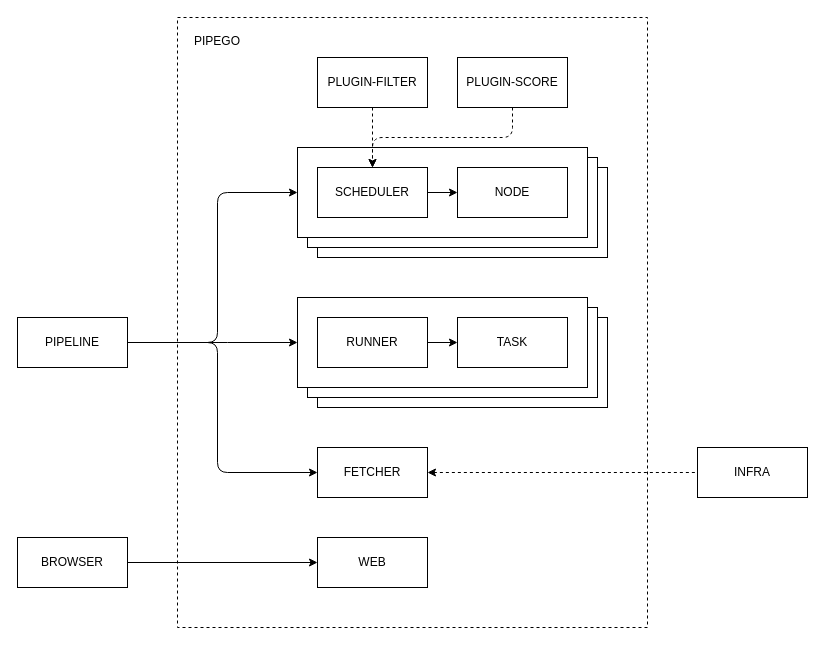
Earlier version of the draw.io diagram diagram.drawio (pipego/deploy). Source tidied: cells renumbered, new cells numbered last; positions are measured from the earlier drawing's top-left corner, leaving out a move shared by most shapes. Both pictures are drawn from the tidied source at 100%, with x=0, y=0 at pixel (17, 17).
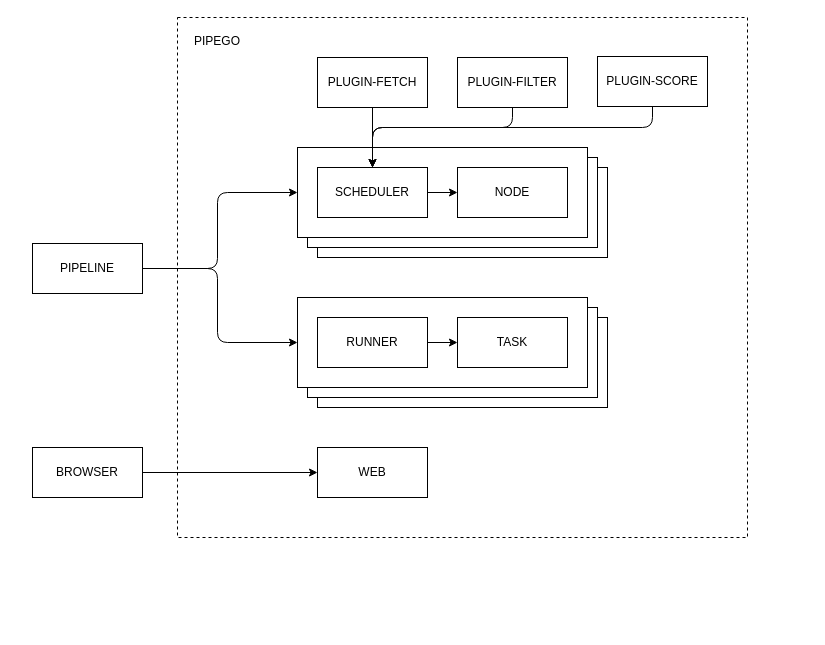
After the change.

Commit message (it also covers changes not shown here):
doc(diagram): update diagram for plugin of fetch

The change refers to these unchanged cells:
```xml
<mxCell id="10" value="SCHEDULER" style="rounded=0;whiteSpace=wrap;html=1;" parent="1" vertex="1">
  <mxGeometry x="300" y="150" width="110" height="50" as="geometry" />
</mxCell>
```

The edit, as a diff of the source:
```diff
@@
     <mxCell id="2" style="rounded=0;whiteSpace=wrap;html=1;dashed=1;" parent="1" vertex="1">
-      <mxGeometry x="160" width="470" height="610" as="geometry" />
+      <mxGeometry x="160" width="570" height="520" as="geometry" />
     </mxCell>
@@
-    <mxCell id="7" value="FETCHER" style="rounded=0;whiteSpace=wrap;html=1;" parent="1" vertex="1">
-      <mxGeometry x="300" y="430" width="110" height="50" as="geometry" />
-    </mxCell>
     <mxCell id="8" value="BROWSER" style="rounded=0;whiteSpace=wrap;html=1;" parent="1" vertex="1">
-      <mxGeometry y="520" width="110" height="50" as="geometry" />
+      <mxGeometry x="15" y="430" width="110" height="50" as="geometry" />
     </mxCell>
     <mxCell id="9" value="PIPELINE" style="rounded=0;whiteSpace=wrap;html=1;" parent="1" vertex="1">
-      <mxGeometry y="300" width="110" height="50" as="geometry" />
+      <mxGeometry x="15" y="226" width="110" height="50" as="geometry" />
     </mxCell>
@@
-    <mxCell id="22" value="PLUGIN-FILTER" style="rounded=0;whiteSpace=wrap;html=1;" parent="1" vertex="1">
+    <mxCell id="22" value="PLUGIN-FETCH" style="rounded=0;whiteSpace=wrap;html=1;" parent="1" vertex="1">
       <mxGeometry x="300" y="40" width="110" height="50" as="geometry" />
     </mxCell>
-    <mxCell id="23" value="PLUGIN-SCORE" style="rounded=0;whiteSpace=wrap;html=1;" parent="1" vertex="1">
+    <mxCell id="23" value="PLUGIN-FILTER" style="rounded=0;whiteSpace=wrap;html=1;" parent="1" vertex="1">
       <mxGeometry x="440" y="40" width="110" height="50" as="geometry" />
     </mxCell>
-    <mxCell id="24" style="endArrow=classic;html=1;exitX=0.5;exitY=1;exitDx=0;exitDy=0;entryX=0.5;entryY=0;entryDx=0;entryDy=0;dashed=1;" parent="1" edge="1" source="22" target="10">
+    <mxCell id="24" style="endArrow=classic;html=1;exitX=0.5;exitY=1;exitDx=0;exitDy=0;entryX=0.5;entryY=0;entryDx=0;entryDy=0;" parent="1" edge="1" source="22" target="10">
       <mxGeometry relative="1" as="geometry" />
     </mxCell>
-    <mxCell id="25" style="edgeStyle=elbowEdgeStyle;elbow=vertical;endArrow=classic;html=1;dashed=1;exitX=0.5;exitY=1;exitDx=0;exitDy=0;entryX=0.5;entryY=0;entryDx=0;entryDy=0;" parent="1" edge="1" source="23" target="10">
-      <mxGeometry relative="1" as="geometry" />
+    <mxCell id="25" style="edgeStyle=elbowEdgeStyle;elbow=vertical;endArrow=classic;html=1;exitX=0.5;exitY=1;exitDx=0;exitDy=0;entryX=0.5;entryY=0;entryDx=0;entryDy=0;" parent="1" edge="1" source="23" target="10">
+      <mxGeometry relative="1" as="geometry">
+        <Array as="points">
+          <mxPoint x="430" y="110" />
+        </Array>
+      </mxGeometry>
     </mxCell>
     <mxCell id="26" value="WEB" style="rounded=0;whiteSpace=wrap;html=1;" parent="1" vertex="1">
-      <mxGeometry x="300" y="520" width="110" height="50" as="geometry" />
+      <mxGeometry x="300" y="430" width="110" height="50" as="geometry" />
     </mxCell>
-    <mxCell id="27" style="edgeStyle=elbowEdgeStyle;elbow=horizontal;endArrow=classic;html=1;entryX=0;entryY=0.5;entryDx=0;entryDy=0;exitX=1;exitY=0.5;exitDx=0;exitDy=0;startArrow=none;startFill=0;" parent="1" edge="1" source="9" target="7">
-      <mxGeometry relative="1" as="geometry">
-        <Array as="points">
-          <mxPoint x="200" y="350" />
-        </Array>
-      </mxGeometry>
-    </mxCell>
-    <mxCell id="28" style="endArrow=none;html=1;exitX=1;exitY=0.5;exitDx=0;exitDy=0;dashed=1;startArrow=classic;startFill=1;endFill=0;entryX=0;entryY=0.5;entryDx=0;entryDy=0;" parent="1" edge="1" source="7" target="29">
-      <mxGeometry relative="1" as="geometry" />
-    </mxCell>
-    <mxCell id="29" value="INFRA" style="rounded=0;whiteSpace=wrap;html=1;" parent="1" vertex="1">
-      <mxGeometry x="680" y="430" width="110" height="50" as="geometry" />
-    </mxCell>
+    <mxCell id="30" value="PLUGIN-SCORE" style="rounded=0;whiteSpace=wrap;html=1;" parent="1" vertex="1">
+      <mxGeometry x="580" y="39" width="110" height="50" as="geometry" />
+    </mxCell>
+    <mxCell id="31" style="edgeStyle=elbowEdgeStyle;elbow=vertical;endArrow=classic;html=1;exitX=0.5;exitY=1;exitDx=0;exitDy=0;entryX=0.5;entryY=0;entryDx=0;entryDy=0;" parent="1" edge="1" source="30" target="10">
+      <mxGeometry relative="1" as="geometry">
+        <Array as="points">
+          <mxPoint x="500" y="110" />
+        </Array>
+      </mxGeometry>
+    </mxCell>
```
